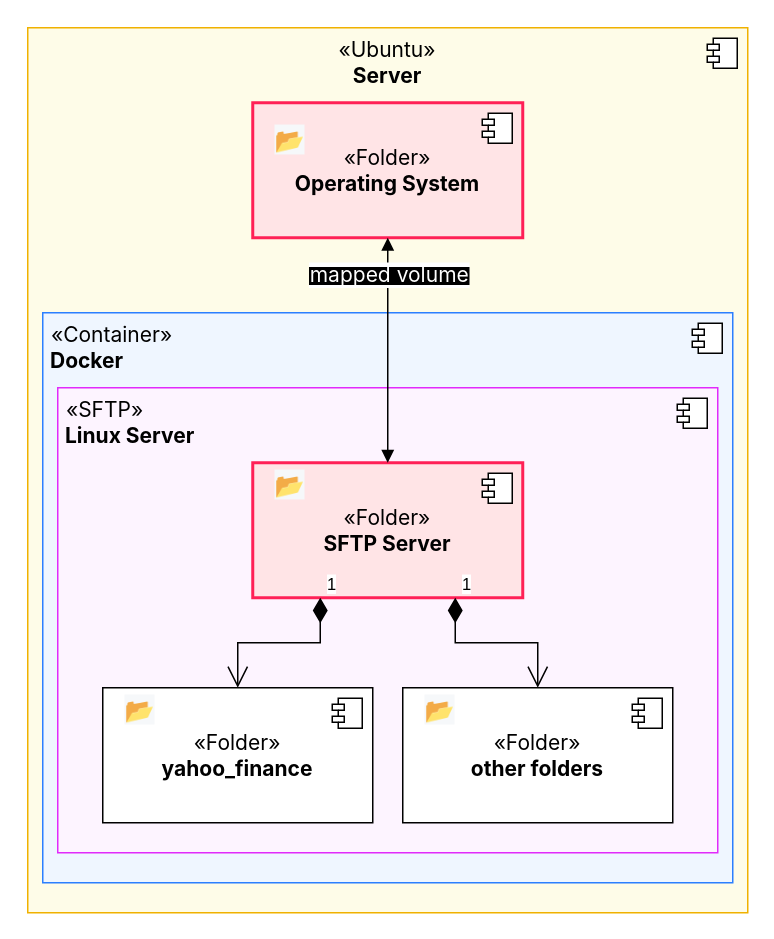
TrulyDigital/project-documentation keeps this draw.io diagram as page "server_sftp-docker" (2 of 3) of DATA_STREET/DATA_STREET.drawio. Above is the earlier version. Source tidied: cells renumbered, new cells numbered last; positions are measured from the earlier drawing's top-left corner, leaving out a move shared by most shapes. Both pictures are drawn from the tidied source at 150%, with x=0, y=0 at pixel (27, 27).
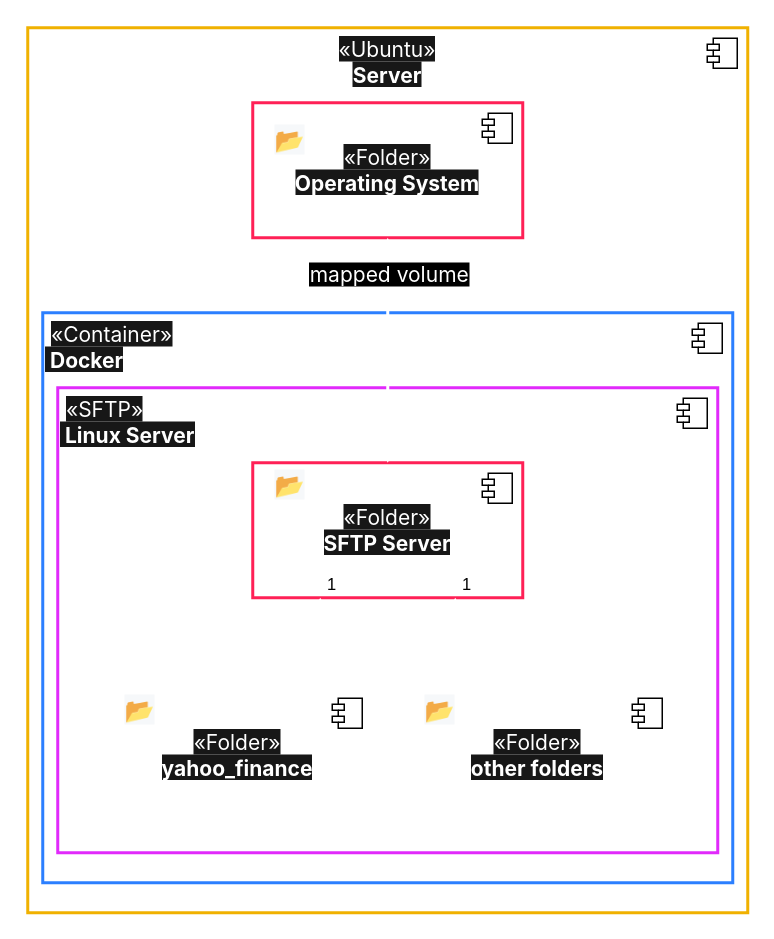
Above is the later version.

The edit, as a diff of the source:
```diff
@@
-    <mxCell id="2" value="«Ubuntu»&lt;br&gt;&lt;b&gt;Server&lt;/b&gt;" style="html=1;whiteSpace=wrap;fontSize=14;fontFamily=Inter;verticalAlign=top;fillColor=light-dark(#FEFCE8,#FEFCE8);strokeColor=#F0B100;" parent="1" vertex="1">
+    <mxCell id="2" value="&lt;font style=&quot;color: rgb(255, 255, 255); background-color: rgb(23, 23, 23);&quot;&gt;«Ubuntu»&lt;br&gt;&lt;b style=&quot;&quot;&gt;Server&lt;/b&gt;&lt;/font&gt;" style="html=1;whiteSpace=wrap;fontSize=14;fontFamily=Inter;verticalAlign=top;fillColor=none;strokeColor=#F0B100;strokeWidth=2;" parent="1" vertex="1">
       <mxGeometry width="480" height="590" as="geometry" />
     </mxCell>
@@
-    <mxCell id="4" value="«Folder»&lt;br&gt;&lt;b&gt;Operating System&lt;/b&gt;" style="html=1;whiteSpace=wrap;fontSize=14;fontFamily=Inter;fillColor=#FFE4E6;strokeColor=#FF2056;strokeWidth=2;" parent="1" vertex="1">
+    <mxCell id="4" value="&lt;font style=&quot;color: rgb(255, 255, 255); background-color: rgb(23, 23, 23);&quot;&gt;«Folder»&lt;br&gt;&lt;b style=&quot;&quot;&gt;Operating System&lt;/b&gt;&lt;/font&gt;" style="html=1;whiteSpace=wrap;fontSize=14;fontFamily=Inter;fillColor=none;strokeColor=#FF2056;strokeWidth=2;" parent="1" vertex="1">
       <mxGeometry x="150" y="50" width="180" height="90" as="geometry" />
     </mxCell>
@@
-    <mxCell id="7" value="&amp;nbsp;«Container»&lt;br&gt;&lt;b&gt;&amp;nbsp;Docker&lt;/b&gt;" style="html=1;whiteSpace=wrap;verticalAlign=top;align=left;fontSize=14;fontFamily=Inter;fillColor=#EFF6FF;strokeColor=#2B7FFF;" parent="1" vertex="1">
+    <mxCell id="7" value="&amp;nbsp;&lt;font style=&quot;color: rgb(255, 255, 255); background-color: rgb(23, 23, 23);&quot;&gt;«Container»&lt;br&gt;&lt;b style=&quot;&quot;&gt;&amp;nbsp;Docker&lt;/b&gt;&lt;/font&gt;" style="html=1;whiteSpace=wrap;verticalAlign=top;align=left;fontSize=14;fontFamily=Inter;fillColor=none;strokeColor=#2B7FFF;strokeWidth=2;" parent="1" vertex="1">
       <mxGeometry x="10" y="190" width="460" height="380" as="geometry" />
     </mxCell>
@@
-    <mxCell id="9" value="&amp;nbsp;«SFTP»&lt;br&gt;&lt;b&gt;&amp;nbsp;Linux Server&lt;/b&gt;" style="html=1;whiteSpace=wrap;verticalAlign=top;align=left;fillColor=#FDF4FF;strokeColor=#E12AFB;fontSize=14;fontFamily=Inter;" parent="1" vertex="1">
+    <mxCell id="9" value="&amp;nbsp;&lt;font style=&quot;color: rgb(255, 255, 255); background-color: rgb(23, 23, 23);&quot;&gt;«SFTP»&lt;br&gt;&lt;b style=&quot;&quot;&gt;&amp;nbsp;Linux Server&lt;/b&gt;&lt;/font&gt;" style="html=1;whiteSpace=wrap;verticalAlign=top;align=left;fillColor=none;strokeColor=#E12AFB;fontSize=14;fontFamily=Inter;strokeWidth=2;" parent="1" vertex="1">
       <mxGeometry x="20" y="240" width="440" height="310" as="geometry" />
     </mxCell>
@@
-    <mxCell id="11" value="«Folder»&lt;br&gt;&lt;b&gt;SFTP Server&lt;/b&gt;" style="html=1;whiteSpace=wrap;fontSize=14;fontFamily=Inter;fillColor=#FFE4E6;strokeColor=#FF2056;strokeWidth=2;" parent="1" vertex="1">
+    <mxCell id="11" value="&lt;font style=&quot;color: rgb(255, 255, 255); background-color: rgb(23, 23, 23);&quot;&gt;«Folder»&lt;br&gt;&lt;b style=&quot;&quot;&gt;SFTP Server&lt;/b&gt;&lt;/font&gt;" style="html=1;whiteSpace=wrap;fontSize=14;fontFamily=Inter;fillColor=none;strokeColor=#FF2056;strokeWidth=2;" parent="1" vertex="1">
       <mxGeometry x="150" y="290" width="180" height="90" as="geometry" />
     </mxCell>
@@
-    <mxCell id="14" value="«Folder»&lt;br&gt;&lt;b&gt;yahoo_finance&lt;/b&gt;" style="html=1;whiteSpace=wrap;fontSize=14;fontFamily=Inter;" parent="1" vertex="1">
+    <mxCell id="14" value="&lt;font style=&quot;color: rgb(255, 255, 255); background-color: rgb(23, 23, 23);&quot;&gt;«Folder»&lt;br&gt;&lt;b style=&quot;&quot;&gt;yahoo_finance&lt;/b&gt;&lt;/font&gt;" style="html=1;whiteSpace=wrap;fontSize=14;fontFamily=Inter;strokeWidth=2;strokeColor=#FFFFFF;fillColor=none;" parent="1" vertex="1">
       <mxGeometry x="50" y="440" width="180" height="90" as="geometry" />
     </mxCell>
@@
-    <mxCell id="17" value="«Folder»&lt;br&gt;&lt;b&gt;other folders&lt;/b&gt;" style="html=1;whiteSpace=wrap;fontSize=14;fontFamily=Inter;" parent="1" vertex="1">
+    <mxCell id="17" value="&lt;font style=&quot;color: rgb(255, 255, 255); background-color: rgb(23, 23, 23);&quot;&gt;«Folder»&lt;br&gt;&lt;b style=&quot;&quot;&gt;other folders&lt;/b&gt;&lt;/font&gt;" style="html=1;whiteSpace=wrap;fontSize=14;fontFamily=Inter;strokeWidth=2;strokeColor=#FFFFFF;fillColor=none;" parent="1" vertex="1">
       <mxGeometry x="250" y="440" width="180" height="90" as="geometry" />
     </mxCell>
@@
-    <mxCell id="20" style="endArrow=block;startArrow=block;endFill=1;startFill=1;html=1;rounded=0;entryX=0.5;entryY=0;entryDx=0;entryDy=0;" parent="1" edge="1" source="4" target="11">
+    <mxCell id="20" style="endArrow=block;startArrow=block;endFill=1;startFill=1;html=1;rounded=0;entryX=0.5;entryY=0;entryDx=0;entryDy=0;strokeWidth=2;strokeColor=#FFFFFF;" parent="1" edge="1" source="4" target="11">
       <mxGeometry relative="1" as="geometry" />
     </mxCell>
-    <mxCell id="21" value="&lt;span style=&quot;background-color: rgb(0, 0, 0);&quot;&gt;&lt;font face=&quot;Inter&quot; style=&quot;color: rgb(255, 255, 255); font-size: 14px;&quot;&gt;mapped volume&lt;/font&gt;&lt;/span&gt;" style="edgeLabel;html=1;align=center;verticalAlign=middle;" parent="20" vertex="1">
+    <mxCell id="21" value="&lt;span style=&quot;background-color: rgb(0, 0, 0);&quot;&gt;&lt;font style=&quot;color: rgb(255, 255, 255);&quot; face=&quot;Inter&quot;&gt;mapped volume&lt;/font&gt;&lt;/span&gt;" style="edgeLabel;html=1;align=center;verticalAlign=middle;fontSize=14;" parent="20" vertex="1">
       <mxGeometry x="-0.12" y="-1" relative="1" as="geometry">
         <mxPoint x="1" y="-42" as="offset" />
       </mxGeometry>
     </mxCell>
-    <mxCell id="22" value="1" style="endArrow=open;html=1;endSize=12;startArrow=diamondThin;startSize=14;startFill=1;edgeStyle=orthogonalEdgeStyle;align=left;verticalAlign=bottom;rounded=0;exitX=0.25;exitY=1;exitDx=0;exitDy=0;" parent="1" edge="1" source="11" target="14">
+    <mxCell id="22" value="1" style="endArrow=open;html=1;endSize=12;startArrow=diamondThin;startSize=14;startFill=1;edgeStyle=orthogonalEdgeStyle;align=left;verticalAlign=bottom;rounded=0;exitX=0.25;exitY=1;exitDx=0;exitDy=0;strokeWidth=2;strokeColor=#FFFFFF;" parent="1" edge="1" source="11" target="14">
       <mxGeometry x="-1" y="3" relative="1" as="geometry" />
     </mxCell>
-    <mxCell id="23" value="1" style="endArrow=open;html=1;endSize=12;startArrow=diamondThin;startSize=14;startFill=1;edgeStyle=orthogonalEdgeStyle;align=left;verticalAlign=bottom;rounded=0;exitX=0.75;exitY=1;exitDx=0;exitDy=0;entryX=0.5;entryY=0;entryDx=0;entryDy=0;" parent="1" edge="1" source="11" target="17">
+    <mxCell id="23" value="1" style="endArrow=open;html=1;endSize=12;startArrow=diamondThin;startSize=14;startFill=1;edgeStyle=orthogonalEdgeStyle;align=left;verticalAlign=bottom;rounded=0;exitX=0.75;exitY=1;exitDx=0;exitDy=0;entryX=0.5;entryY=0;entryDx=0;entryDy=0;strokeWidth=2;strokeColor=#FFFFFF;" parent="1" edge="1" source="11" target="17">
       <mxGeometry x="-1" y="3" relative="1" as="geometry" />
     </mxCell>
```
